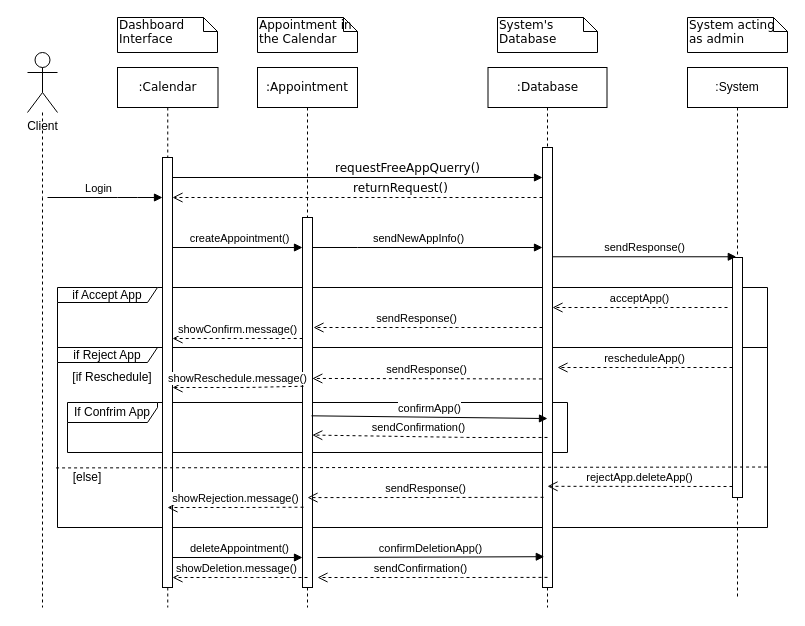
The draw.io diagram Diagrams/Sequence Diagrams/SEQ_04-5-6-7-8-9_Create Approve Reject Reschedule Delete Appointment.drawio in kkasharaj17/SE-project, before the edit. Source tidied: cells renumbered, new cells numbered last; positions are measured from the earlier drawing's top-left corner, leaving out a move shared by most shapes. Both pictures are drawn from the tidied source at 100%, with x=0, y=0 at pixel (27, 17).
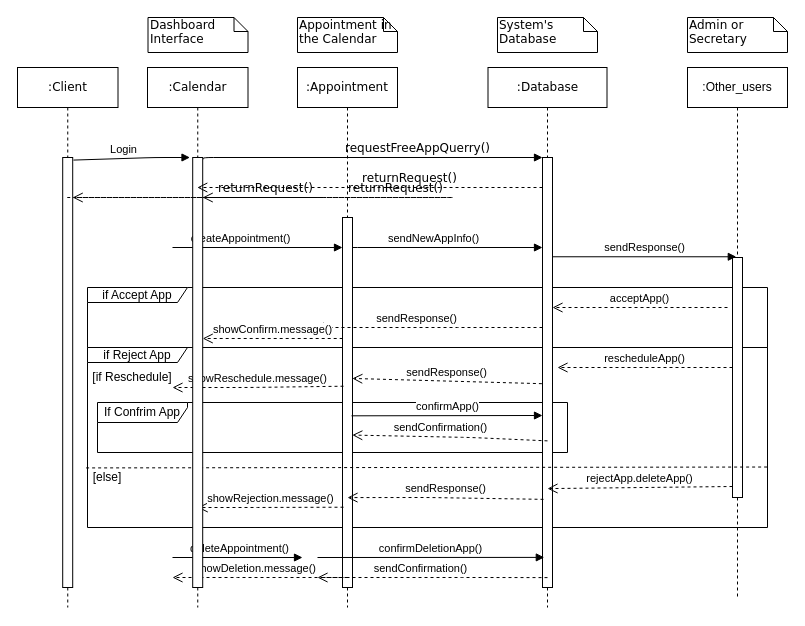
Above is the later version.

The change refers to these unchanged cells:
```xml
<mxCell id="6" style="html=1;points=[];perimeter=orthogonalPerimeter;rounded=0;shadow=0;comic=0;labelBackgroundColor=none;strokeWidth=1;fontFamily=Verdana;fontSize=12;align=center;" parent="5" vertex="1">
  <mxGeometry x="45" y="150" width="10" height="370" as="geometry" />
</mxCell>
<mxCell id="7" value=":Database" style="shape=umlLifeline;perimeter=lifelinePerimeter;whiteSpace=wrap;html=1;rounded=0;shadow=0;comic=0;labelBackgroundColor=none;strokeWidth=1;fontFamily=Verdana;fontSize=12;align=center;" parent="1" vertex="1">
  <mxGeometry x="460.5" y="50" width="119" height="540" as="geometry" />
</mxCell>
```

What changed in the source:
```diff
@@
+    <mxCell id="4" value="if Accept App" style="shape=umlFrame;whiteSpace=wrap;html=1;rounded=0;shadow=0;glass=0;comic=0;width=100;height=15;" parent="1" vertex="1">
+      <mxGeometry x="60" y="270" width="680" height="60" as="geometry" />
+    </mxCell>
+    <mxCell id="3" value="if Reject App" style="shape=umlFrame;whiteSpace=wrap;html=1;rounded=0;shadow=0;glass=0;comic=0;width=100;height=15;" parent="1" vertex="1">
+      <mxGeometry x="60" y="330" width="680" height="180" as="geometry" />
+    </mxCell>
     <mxCell id="2" value="If Confrim App" style="shape=umlFrame;whiteSpace=wrap;html=1;rounded=0;shadow=0;glass=0;comic=0;width=90;height=20;" parent="1" vertex="1">
-      <mxGeometry x="40" y="385" width="500" height="50" as="geometry" />
+      <mxGeometry x="70" y="385" width="470" height="50" as="geometry" />
     </mxCell>
-    <mxCell id="3" value="if Reject App" style="shape=umlFrame;whiteSpace=wrap;html=1;rounded=0;shadow=0;glass=0;comic=0;width=100;height=15;" parent="1" vertex="1">
-      <mxGeometry x="30" y="330" width="710" height="180" as="geometry" />
-    </mxCell>
-    <mxCell id="4" value="if Accept App" style="shape=umlFrame;whiteSpace=wrap;html=1;rounded=0;shadow=0;glass=0;comic=0;width=100;height=15;" parent="1" vertex="1">
-      <mxGeometry x="30" y="270" width="710" height="60" as="geometry" />
-    </mxCell>
     <mxCell id="5" value=":Appointment" style="shape=umlLifeline;perimeter=lifelinePerimeter;whiteSpace=wrap;html=1;rounded=0;shadow=0;comic=0;labelBackgroundColor=none;strokeWidth=1;fontFamily=Verdana;fontSize=12;align=center;" parent="1" vertex="1">
-      <mxGeometry x="230" y="50" width="100" height="540" as="geometry" />
+      <mxGeometry x="270" y="50" width="100" height="540" as="geometry" />
     </mxCell>
@@
     <mxCell id="8" style="html=1;points=[];perimeter=orthogonalPerimeter;rounded=0;shadow=0;comic=0;labelBackgroundColor=none;strokeWidth=1;fontFamily=Verdana;fontSize=12;align=center;" parent="7" vertex="1">
-      <mxGeometry x="54.5" y="80" width="10" height="440" as="geometry" />
+      <mxGeometry x="54.5" y="90" width="10" height="430" as="geometry" />
     </mxCell>
-    <mxCell id="9" value=":Calendar" style="shape=umlLifeline;perimeter=lifelinePerimeter;whiteSpace=wrap;html=1;outlineConnect=0;rounded=0;shadow=0;comic=0;labelBackgroundColor=none;strokeWidth=1;fontFamily=Verdana;fontSize=12;align=center;glass=0;" parent="7" vertex="1">
-      <mxGeometry x="-370.5" width="100.5" height="540" as="geometry" />
-    </mxCell>
-    <mxCell id="10" value="requestFreeAppQuerry()" style="html=1;verticalAlign=bottom;endArrow=block;labelBackgroundColor=none;fontFamily=Verdana;fontSize=12;edgeStyle=elbowEdgeStyle;elbow=vertical;" parent="1" edge="1" target="8">
+    <mxCell id="10" value="requestFreeAppQuerry()" style="html=1;verticalAlign=bottom;endArrow=block;labelBackgroundColor=none;fontFamily=Verdana;fontSize=12;edgeStyle=elbowEdgeStyle;elbow=vertical;exitX=1.06;exitY=0.004;exitDx=0;exitDy=0;exitPerimeter=0;" parent="1" edge="1" source="28" target="8">
       <mxGeometry x="0.27" relative="1" as="geometry">
-        <mxPoint x="145" y="160" as="sourcePoint" />
         <Array as="points">
+          <mxPoint x="240" y="140" />
           <mxPoint x="520" y="160" />
           <mxPoint x="540" y="160" />
         </Array>
       </mxGeometry>
     </mxCell>
     <mxCell id="11" value="Dashboard Interface" style="shape=note;whiteSpace=wrap;html=1;size=14;verticalAlign=top;align=left;spacingTop=-6;rounded=0;shadow=0;comic=0;labelBackgroundColor=none;strokeWidth=1;fontFamily=Verdana;fontSize=12;" parent="1" vertex="1">
-      <mxGeometry x="90" width="100" height="35" as="geometry" />
+      <mxGeometry x="120.5" width="100" height="35" as="geometry" />
     </mxCell>
@@
-    <mxCell id="13" style="edgeStyle=orthogonalEdgeStyle;rounded=0;orthogonalLoop=1;jettySize=auto;html=1;endArrow=none;endFill=0;dashed=1;" parent="1" edge="1">
-      <mxGeometry relative="1" as="geometry">
-        <mxPoint x="15" y="180" as="sourcePoint" />
-        <mxPoint x="15" y="590" as="targetPoint" />
-        <Array as="points">
-          <mxPoint x="15" y="410" />
-        </Array>
-      </mxGeometry>
-    </mxCell>
-    <mxCell id="14" value="Client" style="shape=umlActor;verticalLabelPosition=bottom;labelBackgroundColor=#ffffff;verticalAlign=top;html=1;" parent="1" vertex="1">
-      <mxGeometry y="35" width="30" height="60" as="geometry" />
-    </mxCell>
-    <mxCell id="15" style="endArrow=block;startArrow=none;endFill=1;startFill=0;html=1;" parent="1" edge="1">
+    <mxCell id="15" style="endArrow=block;startArrow=none;endFill=1;startFill=0;html=1;exitX=1.075;exitY=0.006;exitDx=0;exitDy=0;exitPerimeter=0;" parent="1" edge="1" source="50">
       <mxGeometry relative="1" as="geometry">
-        <mxPoint x="20" y="180" as="sourcePoint" />
-        <mxPoint x="135" y="180" as="targetPoint" />
+        <mxPoint x="162.5" y="140" as="targetPoint" />
         <Array as="points">
-          <mxPoint x="100" y="180" />
+          <mxPoint x="127.5" y="140" />
         </Array>
       </mxGeometry>
     </mxCell>
@@
-    <mxCell id="21" value=":System" style="shape=umlLifeline;perimeter=lifelinePerimeter;whiteSpace=wrap;html=1;" parent="1" vertex="1">
+    <mxCell id="21" value=":Other_users" style="shape=umlLifeline;perimeter=lifelinePerimeter;whiteSpace=wrap;html=1;" parent="1" vertex="1">
       <mxGeometry x="660" y="50" width="100" height="530" as="geometry" />
     </mxCell>
@@
-    <mxCell id="23" style="edgeStyle=orthogonalEdgeStyle;rounded=0;jettySize=auto;html=1;endArrow=none;endFill=0;dashed=1;" parent="1" edge="1" source="14">
-      <mxGeometry relative="1" as="geometry">
-        <mxPoint x="15" y="180" as="targetPoint" />
-      </mxGeometry>
-    </mxCell>
-    <mxCell id="24" value="System acting as admin" style="shape=note;whiteSpace=wrap;html=1;size=14;verticalAlign=top;align=left;spacingTop=-6;rounded=0;shadow=0;comic=0;labelBackgroundColor=none;strokeWidth=1;fontFamily=Verdana;fontSize=12;" parent="1" vertex="1">
+    <mxCell id="24" value="Admin or Secretary" style="shape=note;whiteSpace=wrap;html=1;size=14;verticalAlign=top;align=left;spacingTop=-6;rounded=0;shadow=0;comic=0;labelBackgroundColor=none;strokeWidth=1;fontFamily=Verdana;fontSize=12;" parent="1" vertex="1">
       <mxGeometry x="660" width="100" height="35" as="geometry" />
     </mxCell>
     <mxCell id="25" value="Appointment in the Calendar" style="shape=note;whiteSpace=wrap;html=1;size=14;verticalAlign=top;align=left;spacingTop=-6;rounded=0;shadow=0;comic=0;labelBackgroundColor=none;strokeWidth=1;fontFamily=Verdana;fontSize=12;" parent="1" vertex="1">
-      <mxGeometry x="230" width="100" height="35" as="geometry" />
+      <mxGeometry x="270" width="100" height="35" as="geometry" />
     </mxCell>
@@
-    <mxCell id="28" style="html=1;points=[];perimeter=orthogonalPerimeter;rounded=0;shadow=0;glass=0;comic=0;" parent="1" vertex="1">
-      <mxGeometry x="135" y="140" width="10" height="430" as="geometry" />
-    </mxCell>
-    <mxCell id="29" value="returnRequest()" style="html=1;verticalAlign=bottom;endArrow=open;dashed=1;endSize=8;labelBackgroundColor=none;fontFamily=Verdana;fontSize=12;edgeStyle=elbowEdgeStyle;elbow=vertical;" parent="1" edge="1" source="8" target="28">
-      <mxGeometry x="-0.23" relative="1" as="geometry">
-        <Array as="points">
-          <mxPoint x="430" y="180" />
-        </Array>
-      </mxGeometry>
-    </mxCell>
@@
     <mxCell id="34" value="[if Reschedule]" style="text;html=1;strokeColor=none;fillColor=none;align=center;verticalAlign=middle;whiteSpace=wrap;rounded=0;shadow=0;glass=0;comic=0;" parent="1" vertex="1">
-      <mxGeometry x="40" y="350" width="90" height="20" as="geometry" />
+      <mxGeometry x="60" y="350" width="90" height="20" as="geometry" />
     </mxCell>
@@
     <mxCell id="37" value="[else]" style="text;html=1;strokeColor=none;fillColor=none;align=center;verticalAlign=middle;whiteSpace=wrap;rounded=0;shadow=0;glass=0;comic=0;" parent="1" vertex="1">
-      <mxGeometry x="40" y="450" width="40" height="20" as="geometry" />
+      <mxGeometry x="60" y="450" width="40" height="20" as="geometry" />
     </mxCell>
@@
-    <mxCell id="47" value="confirmApp()" style="html=1;verticalAlign=bottom;endArrow=block;entryX=0.5;entryY=0.616;entryDx=0;entryDy=0;entryPerimeter=0;exitX=0.9;exitY=0.536;exitDx=0;exitDy=0;exitPerimeter=0;" parent="1" edge="1" source="6" target="8">
-      <mxGeometry relative="1" as="geometry" />
+    <mxCell id="47" value="confirmApp()" style="html=1;verticalAlign=bottom;endArrow=block;exitX=0.9;exitY=0.536;exitDx=0;exitDy=0;exitPerimeter=0;" parent="1" edge="1" source="6">
+      <mxGeometry relative="1" as="geometry">
+        <mxPoint x="515" y="398" as="targetPoint" />
+      </mxGeometry>
     </mxCell>
+    <mxCell id="9" value=":Calendar" style="shape=umlLifeline;perimeter=lifelinePerimeter;whiteSpace=wrap;html=1;outlineConnect=0;rounded=0;shadow=0;comic=0;labelBackgroundColor=none;strokeWidth=1;fontFamily=Verdana;fontSize=12;align=center;glass=0;" parent="1" vertex="1">
+      <mxGeometry x="120" y="50" width="100.5" height="540" as="geometry" />
+    </mxCell>
+    <mxCell id="28" style="html=1;points=[];perimeter=orthogonalPerimeter;rounded=0;shadow=0;glass=0;comic=0;" parent="9" vertex="1">
+      <mxGeometry x="45.2" y="90" width="10" height="430" as="geometry" />
+    </mxCell>
+    <mxCell id="29" value="returnRequest()" style="html=1;verticalAlign=bottom;endArrow=open;dashed=1;endSize=8;labelBackgroundColor=none;fontFamily=Verdana;fontSize=12;edgeStyle=elbowEdgeStyle;elbow=vertical;" parent="9" edge="1" source="9" target="28">
+      <mxGeometry x="-0.23" relative="1" as="geometry">
+        <Array as="points">
+          <mxPoint x="310" y="130" />
+        </Array>
+      </mxGeometry>
+    </mxCell>
+    <mxCell id="48" value="returnRequest()" style="html=1;verticalAlign=bottom;endArrow=open;dashed=1;endSize=8;labelBackgroundColor=none;fontFamily=Verdana;fontSize=12;edgeStyle=elbowEdgeStyle;elbow=vertical;" parent="1" edge="1" source="8" target="9">
+      <mxGeometry x="-0.23" relative="1" as="geometry">
+        <Array as="points">
+          <mxPoint x="240" y="170" />
+        </Array>
+      </mxGeometry>
+    </mxCell>
+    <mxCell id="49" value=":Client" style="shape=umlLifeline;perimeter=lifelinePerimeter;whiteSpace=wrap;html=1;outlineConnect=0;rounded=0;shadow=0;comic=0;labelBackgroundColor=none;strokeWidth=1;fontFamily=Verdana;fontSize=12;align=center;glass=0;" parent="1" vertex="1">
+      <mxGeometry x="-10" y="50" width="100.5" height="540" as="geometry" />
+    </mxCell>
+    <mxCell id="50" style="html=1;points=[];perimeter=orthogonalPerimeter;rounded=0;shadow=0;glass=0;comic=0;" parent="49" vertex="1">
+      <mxGeometry x="45.2" y="90" width="10" height="430" as="geometry" />
+    </mxCell>
+    <mxCell id="51" value="returnRequest()" style="html=1;verticalAlign=bottom;endArrow=open;dashed=1;endSize=8;labelBackgroundColor=none;fontFamily=Verdana;fontSize=12;edgeStyle=elbowEdgeStyle;elbow=vertical;" parent="49" edge="1" source="49" target="50">
+      <mxGeometry x="-0.23" relative="1" as="geometry">
+        <Array as="points">
+          <mxPoint x="310" y="130" />
+        </Array>
+      </mxGeometry>
+    </mxCell>
```
